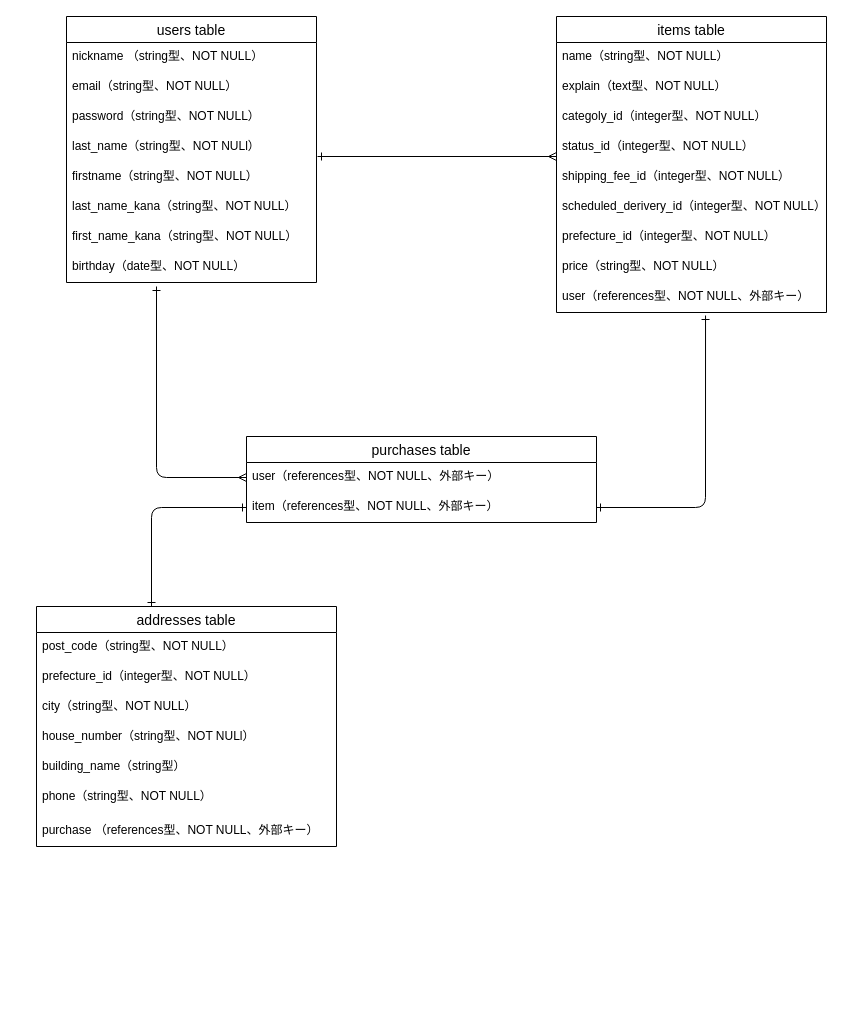
Earlier version of the draw.io diagram furima-ER.dio (wataru5354/furima-37692). Source tidied: cells renumbered, new cells numbered last; positions are measured from the earlier drawing's top-left corner, leaving out a move shared by most shapes. Both pictures are drawn from the tidied source at 100%, with x=0, y=0 at pixel (36, 16).
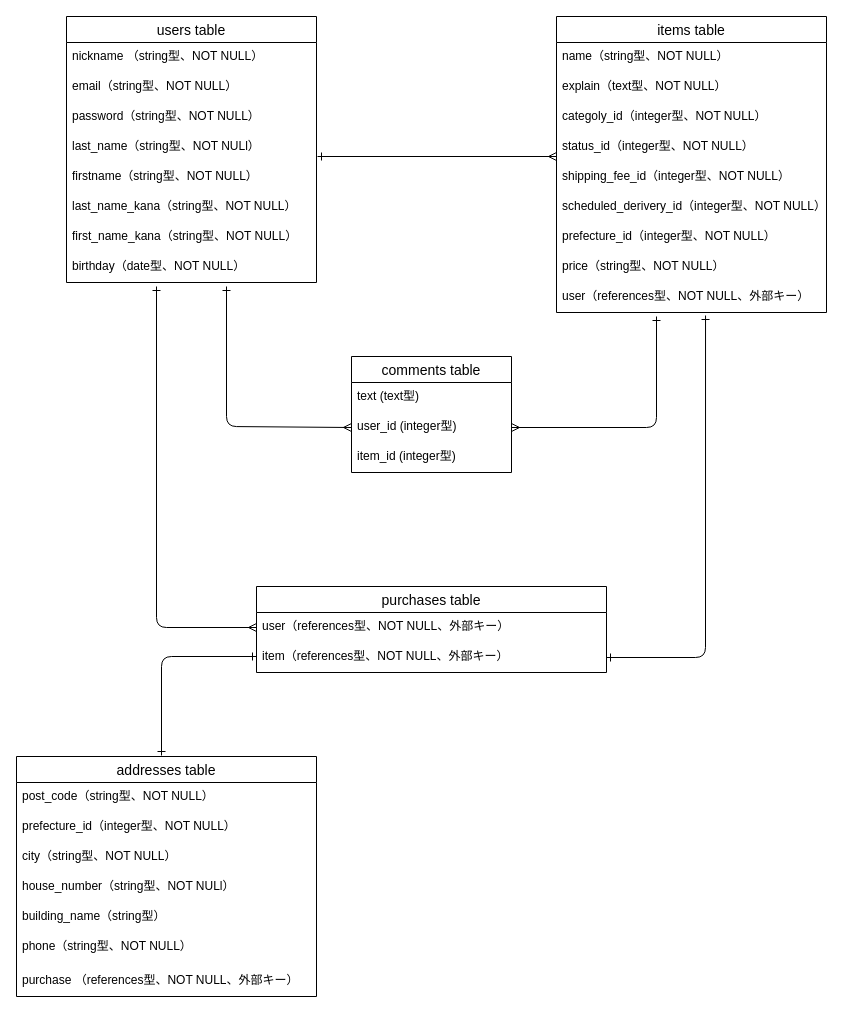
Above is the later version.

The change refers to these unchanged cells:
```xml
<mxCell id="20" value="user（references型、NOT NULL、外部キー）" style="text;strokeColor=none;fillColor=none;spacingLeft=4;spacingRight=4;overflow=hidden;points=[[0,0.5],[1,0.5]];portConstraint=eastwest;fontSize=12;" parent="11" vertex="1">
  <mxGeometry y="266" width="270" height="30" as="geometry" />
</mxCell>
<mxCell id="23" value="user（references型、NOT NULL、外部キー）" style="text;strokeColor=none;fillColor=none;spacingLeft=4;spacingRight=4;overflow=hidden;points=[[0,0.5],[1,0.5]];portConstraint=eastwest;fontSize=12;" parent="22" vertex="1">
  <mxGeometry y="26" width="350" height="30" as="geometry" />
</mxCell>
<mxCell id="24" value="item（references型、NOT NULL、外部キー）" style="text;strokeColor=none;fillColor=none;spacingLeft=4;spacingRight=4;overflow=hidden;points=[[0,0.5],[1,0.5]];portConstraint=eastwest;fontSize=12;" parent="22" vertex="1">
  <mxGeometry y="56" width="350" height="30" as="geometry" />
</mxCell>
```

Change to the diagram source:
```diff
@@
     <mxCell id="21" style="edgeStyle=none;html=1;exitX=0;exitY=0.5;exitDx=0;exitDy=0;endArrow=ERone;endFill=0;startArrow=ERmany;startFill=0;" parent="1" edge="1" source="23">
       <mxGeometry relative="1" as="geometry">
         <mxPoint x="120" y="270" as="targetPoint" />
         <Array as="points">
-          <mxPoint x="120" y="461" />
+          <mxPoint x="120" y="611" />
         </Array>
       </mxGeometry>
     </mxCell>
     <mxCell id="22" value="purchases table" style="swimlane;fontStyle=0;horizontal=1;startSize=26;align=center;fontSize=14;" parent="1" vertex="1">
-      <mxGeometry x="210" y="420" width="350" height="86" as="geometry" />
+      <mxGeometry x="220" y="570" width="350" height="86" as="geometry" />
     </mxCell>
@@
     <mxCell id="26" value="addresses table" style="swimlane;fontStyle=0;horizontal=1;startSize=26;align=center;fontSize=14;" parent="1" vertex="1">
-      <mxGeometry y="590" width="300" height="240" as="geometry" />
+      <mxGeometry x="-20" y="740" width="300" height="240" as="geometry" />
     </mxCell>
@@
     <mxCell id="34" style="edgeStyle=none;html=1;exitX=0;exitY=0.5;exitDx=0;exitDy=0;startArrow=ERone;startFill=0;endArrow=ERone;endFill=0;" parent="1" edge="1">
       <mxGeometry relative="1" as="geometry">
-        <mxPoint x="210" y="491" as="sourcePoint" />
-        <mxPoint x="115" y="590" as="targetPoint" />
+        <mxPoint x="220" y="640" as="sourcePoint" />
+        <mxPoint x="125" y="739" as="targetPoint" />
         <Array as="points">
-          <mxPoint x="115" y="491" />
+          <mxPoint x="125" y="640" />
         </Array>
       </mxGeometry>
     </mxCell>
     <mxCell id="35" style="edgeStyle=none;html=1;exitX=1;exitY=0.5;exitDx=0;exitDy=0;entryX=0.552;entryY=1.1;entryDx=0;entryDy=0;entryPerimeter=0;startArrow=ERone;startFill=0;endArrow=ERone;endFill=0;" parent="1" edge="1" source="24" target="20">
       <mxGeometry relative="1" as="geometry">
         <Array as="points">
-          <mxPoint x="669" y="491" />
+          <mxPoint x="669" y="641" />
         </Array>
       </mxGeometry>
     </mxCell>
+    <mxCell id="36" value="comments table" style="swimlane;fontStyle=0;horizontal=1;startSize=26;align=center;fontSize=14;" parent="1" vertex="1">
+      <mxGeometry x="315" y="340" width="160" height="116" as="geometry" />
+    </mxCell>
+    <mxCell id="37" value="text (text型)" style="text;strokeColor=none;fillColor=none;spacingLeft=4;spacingRight=4;overflow=hidden;fontSize=12;" parent="36" vertex="1">
+      <mxGeometry y="26" width="160" height="30" as="geometry" />
+    </mxCell>
+    <mxCell id="38" value="user_id (integer型)" style="text;strokeColor=none;fillColor=none;spacingLeft=4;spacingRight=4;overflow=hidden;points=[[0,0.5],[1,0.5]];portConstraint=eastwest;fontSize=12;" parent="36" vertex="1">
+      <mxGeometry y="56" width="160" height="30" as="geometry" />
+    </mxCell>
+    <mxCell id="39" value="item_id (integer型)" style="text;strokeColor=none;fillColor=none;spacingLeft=4;spacingRight=4;overflow=hidden;fontSize=12;" parent="36" vertex="1">
+      <mxGeometry y="86" width="160" height="30" as="geometry" />
+    </mxCell>
+    <mxCell id="40" style="edgeStyle=none;html=1;exitX=0;exitY=0.5;exitDx=0;exitDy=0;startArrow=ERmany;startFill=0;endArrow=ERone;endFill=0;" parent="1" edge="1" source="38">
+      <mxGeometry relative="1" as="geometry">
+        <mxPoint x="190" y="270" as="targetPoint" />
+        <Array as="points">
+          <mxPoint x="190" y="410" />
+        </Array>
+      </mxGeometry>
+    </mxCell>
+    <mxCell id="41" style="edgeStyle=none;html=1;exitX=1;exitY=0.5;exitDx=0;exitDy=0;startArrow=ERmany;startFill=0;endArrow=ERone;endFill=0;" parent="1" edge="1" source="38">
+      <mxGeometry relative="1" as="geometry">
+        <mxPoint x="620" y="300" as="targetPoint" />
+        <Array as="points">
+          <mxPoint x="620" y="411" />
+        </Array>
+      </mxGeometry>
+    </mxCell>
```
